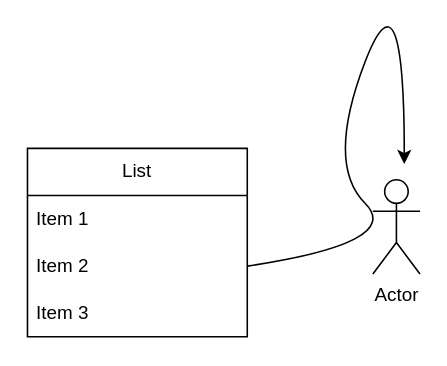
Earlier version of the draw.io diagram Diagrama sem nome.drawio (gusta-gusta/Draw). Source tidied: cells renumbered, new cells numbered last; positions are measured from the earlier drawing's top-left corner, leaving out a move shared by most shapes. Both pictures are drawn from the tidied source at 157%, with x=0, y=0 at pixel (27, -41).
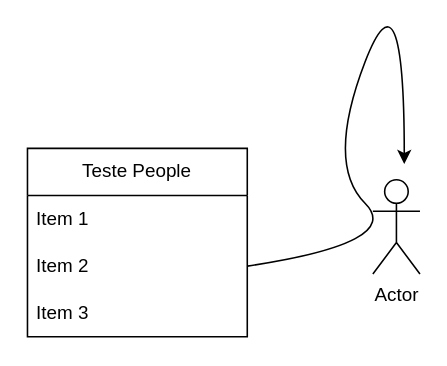
After the change.

Commit message:
Name Teste

The edit, as a diff of the source:
```diff
@@
 <mxGraphModel>
   <root>
     <mxCell id="0" />
     <mxCell id="1" parent="0" />
     <mxCell id="2" value="Actor" style="shape=umlActor;verticalLabelPosition=bottom;verticalAlign=top;html=1;" parent="1" vertex="1">
       <mxGeometry x="220" y="140" width="30" height="60" as="geometry" />
     </mxCell>
     <mxCell id="3" style="curved=1;endArrow=classic;html=1;rounded=0;exitX=1;exitY=0.5;exitDx=0;exitDy=0;" parent="1" edge="1" source="6">
       <mxGeometry relative="1" as="geometry">
         <mxPoint x="240" y="130" as="targetPoint" />
         <Array as="points">
           <mxPoint x="240" y="180" />
           <mxPoint x="190" y="130" />
           <mxPoint x="240" />
         </Array>
       </mxGeometry>
     </mxCell>
-    <mxCell id="4" value="List" style="swimlane;fontStyle=0;horizontal=1;startSize=30;whiteSpace=wrap;html=1;" parent="1" vertex="1">
+    <mxCell id="4" value="Teste People" style="swimlane;fontStyle=0;horizontal=1;startSize=30;whiteSpace=wrap;html=1;" parent="1" vertex="1">
       <mxGeometry y="120" width="140" height="120" as="geometry" />
     </mxCell>
     <mxCell id="5" value="Item 1" style="text;strokeColor=none;fillColor=none;align=left;verticalAlign=middle;spacingLeft=4;spacingRight=4;overflow=hidden;whiteSpace=wrap;html=1;" parent="4" vertex="1">
       <mxGeometry y="30" width="140" height="30" as="geometry" />
     </mxCell>
     <mxCell id="6" value="Item 2" style="text;strokeColor=none;fillColor=none;align=left;verticalAlign=middle;spacingLeft=4;spacingRight=4;overflow=hidden;points=[[0,0.5],[1,0.5]];portConstraint=eastwest;whiteSpace=wrap;html=1;" parent="4" vertex="1">
       <mxGeometry y="60" width="140" height="30" as="geometry" />
     </mxCell>
     <mxCell id="7" value="Item 3" style="text;strokeColor=none;fillColor=none;align=left;verticalAlign=middle;spacingLeft=4;spacingRight=4;overflow=hidden;whiteSpace=wrap;html=1;" parent="4" vertex="1">
       <mxGeometry y="90" width="140" height="30" as="geometry" />
     </mxCell>
   </root>
 </mxGraphModel>
```
